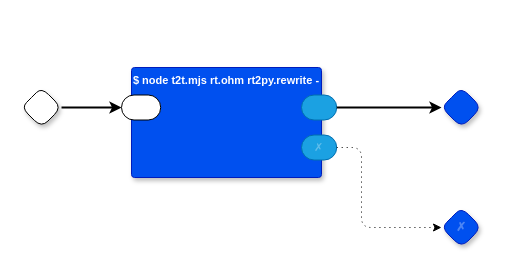
The draw.io diagram page "RT to Python" (5 of 7) of rt2py.drawio in guitarvydas/rt, before the edit. Source tidied: cells renumbered, new cells numbered last; positions are measured from the earlier drawing's top-left corner, leaving out a move shared by most shapes. Both pictures are drawn from the tidied source at 100%, with x=0, y=0 at pixel (21, 67).
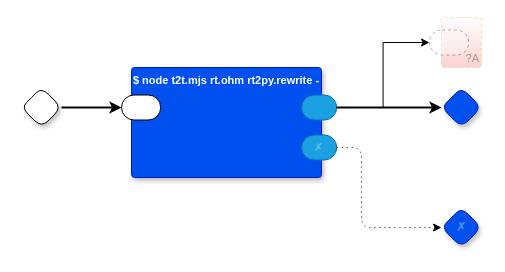
After the change.

Change to the diagram source:
```diff
@@
 <mxGraphModel>
   <root>
     <mxCell id="0" />
     <mxCell id="1" parent="0" />
     <mxCell id="2" style="rhombus;whiteSpace=wrap;html=1;rounded=1;fontStyle=1;glass=0;sketch=0;fontSize=12;points=[[0,0.5,0,0,0],[0.5,0,0,0,0],[0.5,1,0,0,0],[1,0.5,0,0,0]];shadow=1;fontFamily=Helvetica;fontColor=default;" parent="1" vertex="1">
       <mxGeometry y="20" width="40" height="40" as="geometry" />
     </mxCell>
     <mxCell id="3" style="rhombus;whiteSpace=wrap;html=1;rounded=1;fontStyle=1;glass=0;sketch=0;fontSize=12;points=[[0,0.5,0,0,0],[0.5,0,0,0,0],[0.5,1,0,0,0],[1,0.5,0,0,0]];shadow=1;fillColor=#0050ef;fontColor=#ffffff;strokeColor=#001DBC;fontFamily=Helvetica;" parent="1" vertex="1">
       <mxGeometry x="420" y="20" width="40" height="40" as="geometry" />
     </mxCell>
     <mxCell id="4" value="✗" style="rhombus;whiteSpace=wrap;html=1;rounded=1;fillColor=#0050ef;fontColor=#ffffff;strokeColor=#001DBC;fontStyle=1;glass=0;sketch=0;fontSize=12;points=[[0,0.5,0,0,0],[0.5,0,0,0,0],[0.5,1,0,0,0],[1,0.5,0,0,0]];shadow=1;textOpacity=30;" parent="1" vertex="1">
       <mxGeometry x="420" y="140" width="40" height="40" as="geometry" />
     </mxCell>
     <mxCell id="5" value="$ node t2t.mjs rt.ohm rt2py.rewrite -" style="rounded=1;sketch=0;verticalAlign=top;arcSize=6;fontStyle=1;absoluteArcSize=1;shadow=1;strokeColor=#001DBC;fillColor=#0050ef;fontColor=#ffffff;fontFamily=Helvetica;fontSize=11;" parent="1" vertex="1">
       <mxGeometry x="110" width="190" height="110" as="geometry" />
     </mxCell>
     <mxCell id="6" style="rounded=1;whiteSpace=wrap;html=1;sketch=0;points=[[0,0.5,0,0,0],[1,0.5,0,0,0]];arcSize=50;fontFamily=Helvetica;fontSize=11;fontColor=default;" parent="5" vertex="1">
       <mxGeometry x="-10" y="27.5" width="39.2" height="25" as="geometry" />
     </mxCell>
     <mxCell id="7" style="rounded=1;whiteSpace=wrap;html=1;sketch=0;points=[[0,0.5,0,0,0],[1,0.5,0,0,0]];fillColor=#1ba1e2;fontColor=#ffffff;strokeColor=#006EAF;arcSize=50;fontFamily=Helvetica;fontSize=11;" parent="5" vertex="1">
       <mxGeometry x="170" y="27.5" width="35.2" height="25" as="geometry" />
     </mxCell>
     <mxCell id="8" value="✗" style="rounded=1;whiteSpace=wrap;html=1;sketch=0;points=[[0,0.5,0,0,0],[1,0.5,0,0,0]];fillColor=#1ba1e2;fontColor=#ffffff;strokeColor=#006EAF;arcSize=50;fontFamily=Helvetica;fontSize=11;textOpacity=30;" parent="5" vertex="1">
       <mxGeometry x="170" y="67.5" width="35.2" height="25" as="geometry" />
     </mxCell>
     <mxCell id="9" style="edgeStyle=orthogonalEdgeStyle;rounded=0;jettySize=auto;html=1;exitX=1;exitY=0.5;exitDx=0;exitDy=0;exitPerimeter=0;entryX=0;entryY=0.5;entryDx=0;entryDy=0;entryPerimeter=0;strokeWidth=2;" parent="1" edge="1" source="2" target="6">
       <mxGeometry relative="1" as="geometry" />
     </mxCell>
     <mxCell id="10" style="edgeStyle=orthogonalEdgeStyle;rounded=0;jettySize=auto;html=1;exitX=1;exitY=0.5;exitDx=0;exitDy=0;exitPerimeter=0;strokeWidth=2;entryX=0;entryY=0.5;entryDx=0;entryDy=0;entryPerimeter=0;" parent="1" edge="1" source="7" target="3">
       <mxGeometry relative="1" as="geometry" />
     </mxCell>
     <mxCell id="11" style="edgeStyle=orthogonalEdgeStyle;rounded=1;jettySize=auto;html=1;exitX=1;exitY=0.5;exitDx=0;exitDy=0;exitPerimeter=0;entryX=0;entryY=0.5;entryDx=0;entryDy=0;entryPerimeter=0;curved=0;dashed=1;dashPattern=1 4;" parent="1" edge="1" source="8" target="4">
       <mxGeometry relative="1" as="geometry">
         <Array as="points">
           <mxPoint x="340" y="80" />
           <mxPoint x="340" y="160" />
         </Array>
       </mxGeometry>
     </mxCell>
+    <mxCell id="12" value="?A" style="rounded=1;whiteSpace=wrap;html=1;sketch=0;verticalAlign=bottom;arcSize=6;fontStyle=0;absoluteArcSize=1;shadow=0;strokeColor=#d79b00;fillColor=#FFFFFF;fontFamily=Helvetica;fontSize=11;dashed=1;opacity=30;align=right;textOpacity=30;gradientColor=#EA6B66;fontColor=default;" parent="1" vertex="1">
+      <mxGeometry x="420" y="-50" width="40" height="50" as="geometry" />
+    </mxCell>
+    <mxCell id="13" style="rounded=1;whiteSpace=wrap;html=1;sketch=0;points=[[0,0.5,0,0,0],[1,0.5,0,0,0]];arcSize=50;fontFamily=Helvetica;fontSize=11;fontColor=default;dashed=1;textOpacity=50;opacity=30;fontStyle=0;" parent="12" vertex="1">
+      <mxGeometry x="-12" y="12.5" width="39.2" height="25" as="geometry" />
+    </mxCell>
+    <mxCell id="14" style="edgeStyle=orthogonalEdgeStyle;rounded=0;jettySize=auto;html=1;exitX=1;exitY=0.5;exitDx=0;exitDy=0;exitPerimeter=0;entryX=0;entryY=0.5;entryDx=0;entryDy=0;entryPerimeter=0;" parent="1" edge="1" source="7" target="13">
+      <mxGeometry relative="1" as="geometry" />
+    </mxCell>
   </root>
 </mxGraphModel>
```
